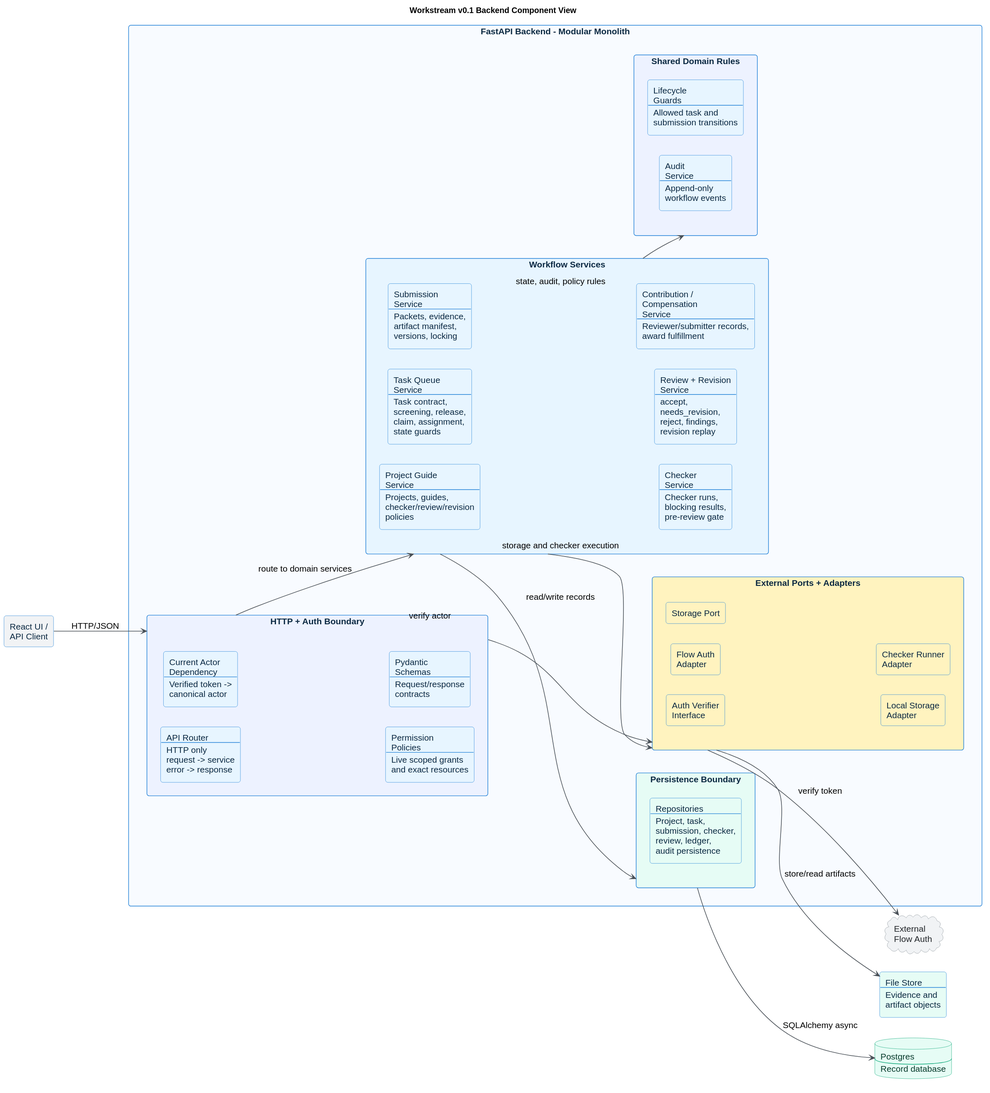
Flow-Research/workstream keeps this PlantUML diagram as docs/diagrams/rendered/backend_v01_components.svg. Above is the earlier version.
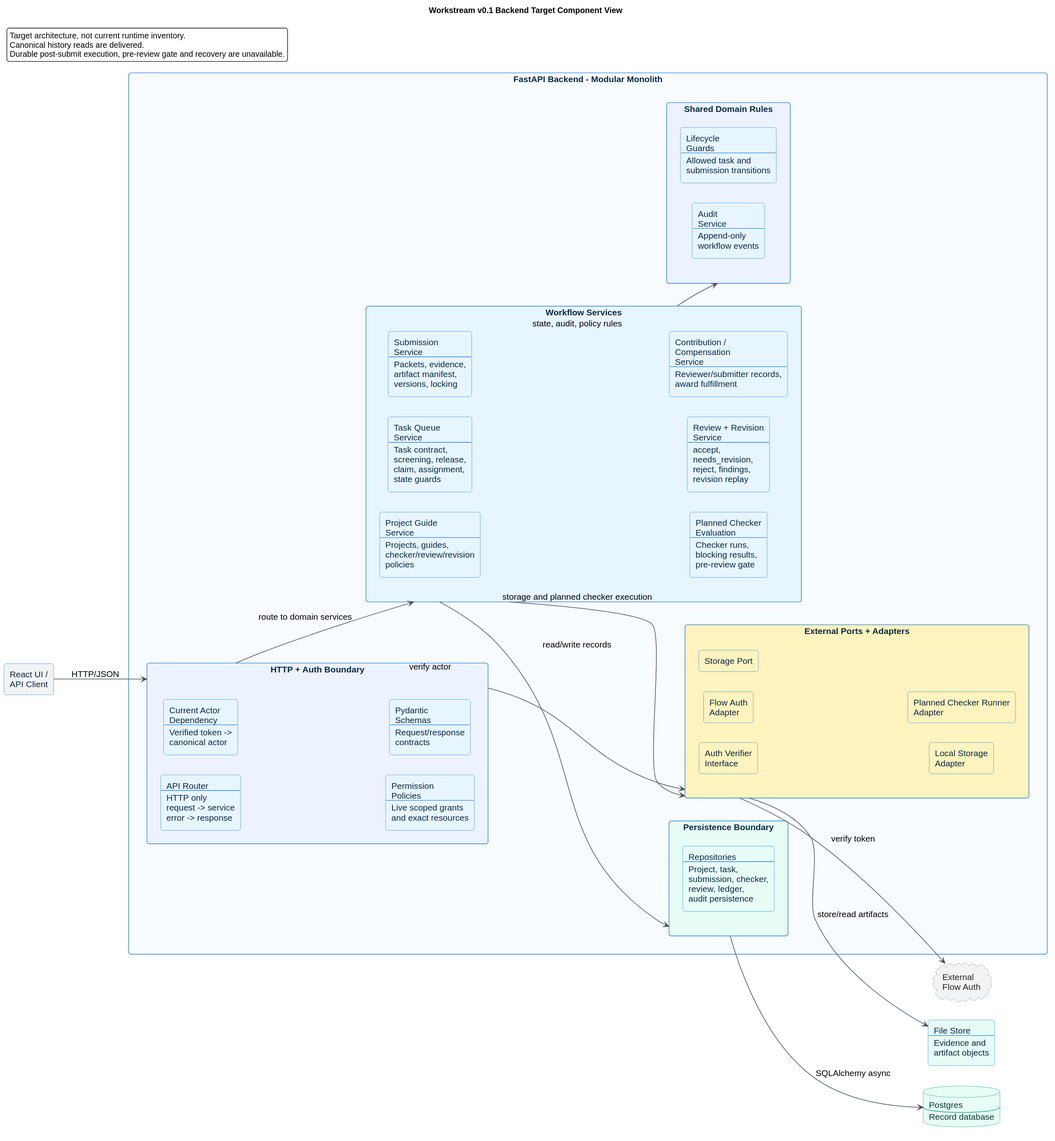
The same file after the commit.

Commit message:
Distinguish target checker components from delivered history reads

What changed in the source:
```diff
@@ -1,5 +1,11 @@
 @startuml
-title Workstream v0.1 Backend Component View
+title Workstream v0.1 Backend Target Component View
+
+legend top left
+  Target architecture, not current runtime inventory.
+  Canonical history reads are delivered.
+  Durable post-submit execution, pre-review gate and recovery are unavailable.
+endlegend
 
 left to right direction
 
@@ -44,7 +50,7 @@
     rectangle "Project Guide\nService\n----\nProjects, guides,\nchecker/review/revision\npolicies" as project_service
     rectangle "Task Queue\nService\n----\nTask contract,\nscreening, release,\nclaim, assignment,\nstate guards" as task_service
     rectangle "Submission\nService\n----\nPackets, evidence,\nartifact manifest,\nversions, locking" as submission_service
-    rectangle "Checker\nService\n----\nChecker runs,\nblocking results,\npre-review gate" as checker_service
+    rectangle "Planned Checker\nEvaluation\n----\nChecker runs,\nblocking results,\npre-review gate" as checker_service
     rectangle "Review + Revision\nService\n----\naccept,\nneeds_revision,\nreject, findings,\nrevision replay" as review_service
     rectangle "Contribution /\nCompensation\nService\n----\nReviewer/submitter records,\naward fulfillment" as ledger_service
   }
@@ -63,7 +69,7 @@
     rectangle "Flow Auth\nAdapter" as flow_adapter #FFF3BF
     rectangle "Storage Port" as storage_port #FFF3BF
     rectangle "Local Storage\nAdapter" as storage_adapter #FFF3BF
-    rectangle "Checker Runner\nAdapter" as checker_runner #FFF3BF
+    rectangle "Planned Checker Runner\nAdapter" as checker_runner #FFF3BF
   }
 }
 
@@ -73,7 +79,7 @@
 
 workflow_services --> shared_rules : state, audit, policy rules
 workflow_services --> persistence : read/write records
-workflow_services --> ports : storage and checker execution
+workflow_services --> ports : storage and planned checker execution
 
 ports --> flow_auth : verify token
 ports --> file_store : store/read artifacts
```
